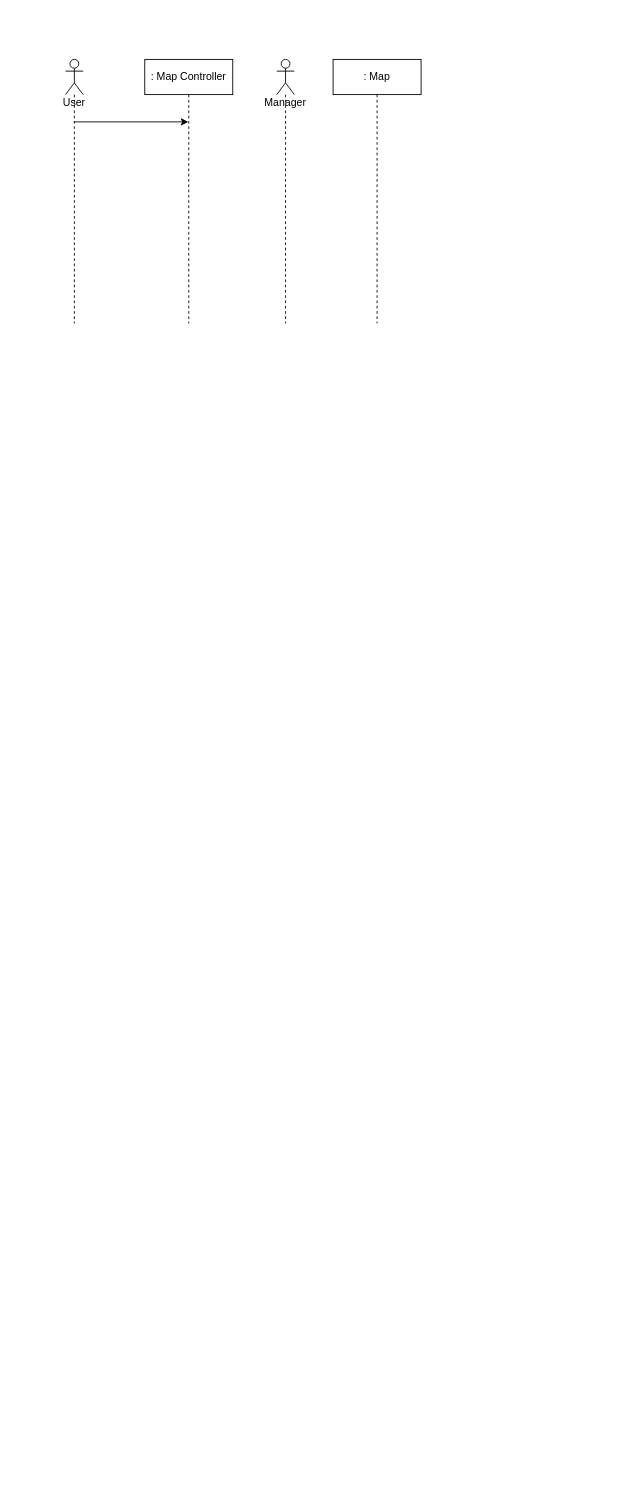
This is Soongsil Campus Map Sequence Diagram.drawio from tlfzgjadyd/SoftwareEngineering, a draw.io file, before an edit. Source tidied: cells renumbered, new cells numbered last; positions are measured from the earlier drawing's top-left corner, leaving out a move shared by most shapes. Both pictures are drawn from the tidied source at 88%, with x=0, y=0 at pixel (65, 59).
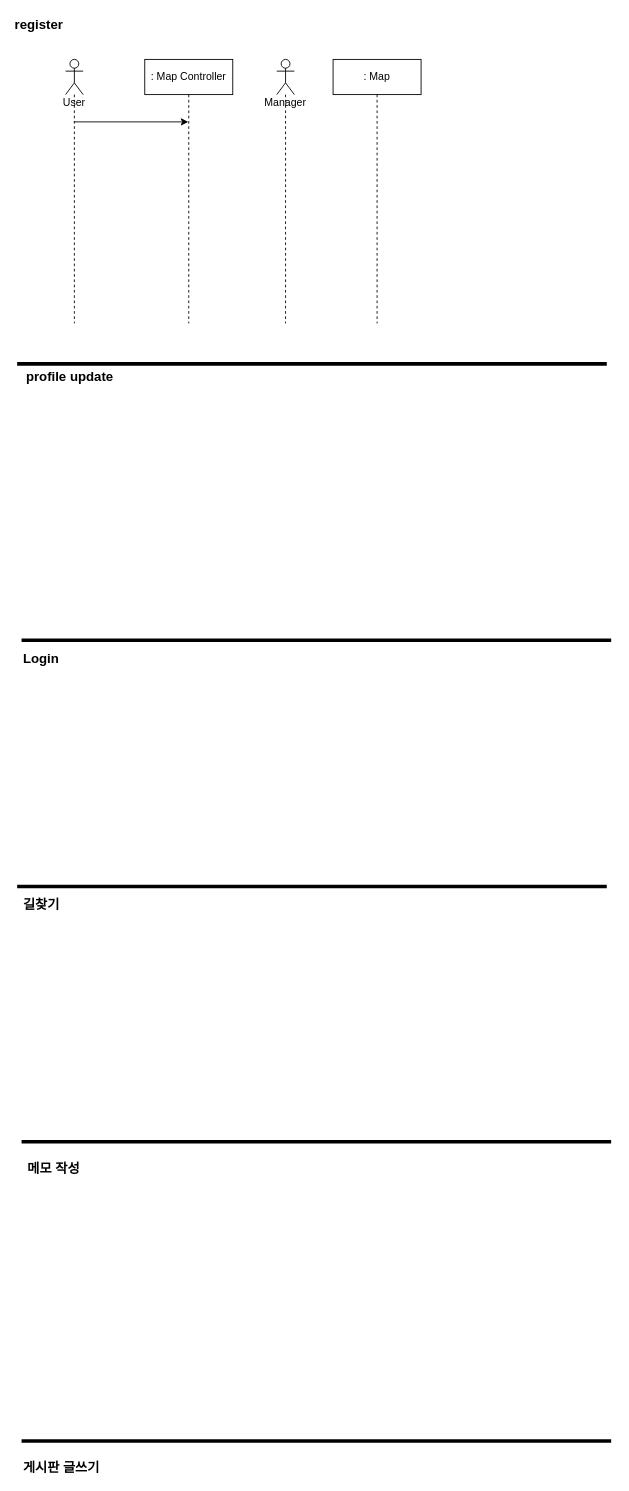
After the change.

The edit, as a diff of the source:
```diff
@@
+    <mxCell id="7" style="endArrow=none;html=1;strokeWidth=4;" parent="1" edge="1">
+      <mxGeometry relative="1" as="geometry">
+        <mxPoint x="-55" y="346" as="sourcePoint" />
+        <mxPoint x="615" y="346" as="targetPoint" />
+      </mxGeometry>
+    </mxCell>
+    <mxCell id="8" value="&lt;b&gt;&lt;font style=&quot;font-size: 15px&quot;&gt;register&lt;/font&gt;&lt;/b&gt;" style="text;html=1;strokeColor=none;fillColor=none;align=center;verticalAlign=middle;whiteSpace=wrap;rounded=0;" parent="1" vertex="1">
+      <mxGeometry x="-50" y="-50" width="40" height="20" as="geometry" />
+    </mxCell>
+    <mxCell id="9" style="endArrow=none;html=1;strokeWidth=4;" parent="1" edge="1">
+      <mxGeometry relative="1" as="geometry">
+        <mxPoint x="-50" y="660" as="sourcePoint" />
+        <mxPoint x="620" y="660" as="targetPoint" />
+      </mxGeometry>
+    </mxCell>
+    <mxCell id="10" value="&lt;b&gt;&lt;font style=&quot;font-size: 15px&quot;&gt;profile update&lt;/font&gt;&lt;/b&gt;" style="text;html=1;strokeColor=none;fillColor=none;align=center;verticalAlign=middle;whiteSpace=wrap;rounded=0;" parent="1" vertex="1">
+      <mxGeometry x="-50" y="350" width="110" height="20" as="geometry" />
+    </mxCell>
+    <mxCell id="11" style="endArrow=none;html=1;strokeWidth=4;" parent="1" edge="1">
+      <mxGeometry relative="1" as="geometry">
+        <mxPoint x="-55" y="940" as="sourcePoint" />
+        <mxPoint x="615" y="940" as="targetPoint" />
+      </mxGeometry>
+    </mxCell>
+    <mxCell id="12" value="&lt;b&gt;&lt;font style=&quot;font-size: 15px&quot;&gt;Login&lt;/font&gt;&lt;/b&gt;" style="text;html=1;strokeColor=none;fillColor=none;align=left;verticalAlign=middle;whiteSpace=wrap;rounded=0;" parent="1" vertex="1">
+      <mxGeometry x="-50" y="670" width="110" height="20" as="geometry" />
+    </mxCell>
+    <mxCell id="13" style="endArrow=none;html=1;strokeWidth=4;" parent="1" edge="1">
+      <mxGeometry relative="1" as="geometry">
+        <mxPoint x="-50" y="1230" as="sourcePoint" />
+        <mxPoint x="620" y="1230" as="targetPoint" />
+      </mxGeometry>
+    </mxCell>
+    <mxCell id="14" style="edgeStyle=orthogonalEdgeStyle;rounded=0;orthogonalLoop=1;jettySize=auto;html=1;exitX=0.5;exitY=1;exitDx=0;exitDy=0;strokeWidth=4;" parent="1" edge="1" source="12" target="12">
+      <mxGeometry relative="1" as="geometry" />
+    </mxCell>
+    <mxCell id="15" value="&lt;span style=&quot;font-size: 15px&quot;&gt;&lt;b&gt;길찾기&lt;/b&gt;&lt;/span&gt;" style="text;html=1;strokeColor=none;fillColor=none;align=left;verticalAlign=middle;whiteSpace=wrap;rounded=0;" parent="1" vertex="1">
+      <mxGeometry x="-50" y="950" width="110" height="20" as="geometry" />
+    </mxCell>
+    <mxCell id="16" value="&lt;span style=&quot;font-size: 15px&quot;&gt;&lt;b&gt;메모 작성&lt;/b&gt;&lt;/span&gt;" style="text;html=1;strokeColor=none;fillColor=none;align=left;verticalAlign=middle;whiteSpace=wrap;rounded=0;" parent="1" vertex="1">
+      <mxGeometry x="-45" y="1250" width="110" height="20" as="geometry" />
+    </mxCell>
+    <mxCell id="17" style="endArrow=none;html=1;strokeWidth=4;" parent="1" edge="1">
+      <mxGeometry relative="1" as="geometry">
+        <mxPoint x="-50" y="1570" as="sourcePoint" />
+        <mxPoint x="620" y="1570" as="targetPoint" />
+      </mxGeometry>
+    </mxCell>
+    <mxCell id="18" value="&lt;span style=&quot;font-size: 15px&quot;&gt;&lt;b&gt;게시판 글쓰기&lt;/b&gt;&lt;/span&gt;" style="text;html=1;strokeColor=none;fillColor=none;align=left;verticalAlign=middle;whiteSpace=wrap;rounded=0;" parent="1" vertex="1">
+      <mxGeometry x="-50" y="1590" width="110" height="20" as="geometry" />
+    </mxCell>
```
